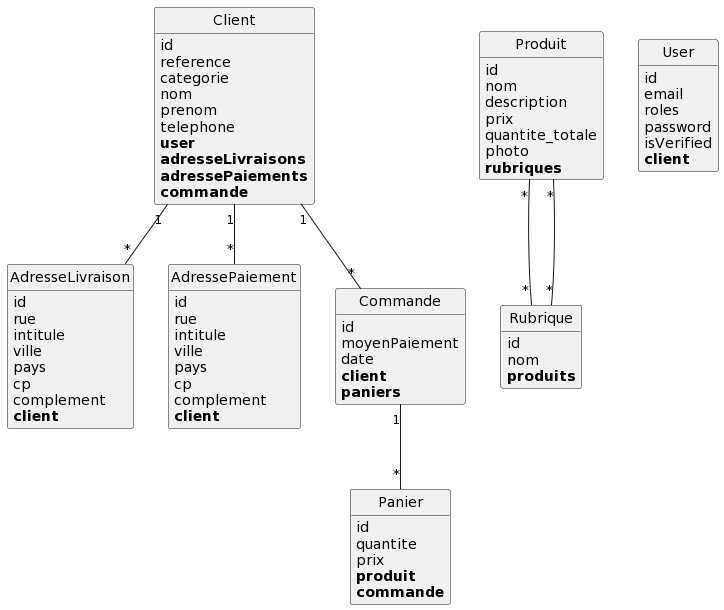
Above: puml/index.png in Maha1201/FR_Symfony (PlantUML), before the change.
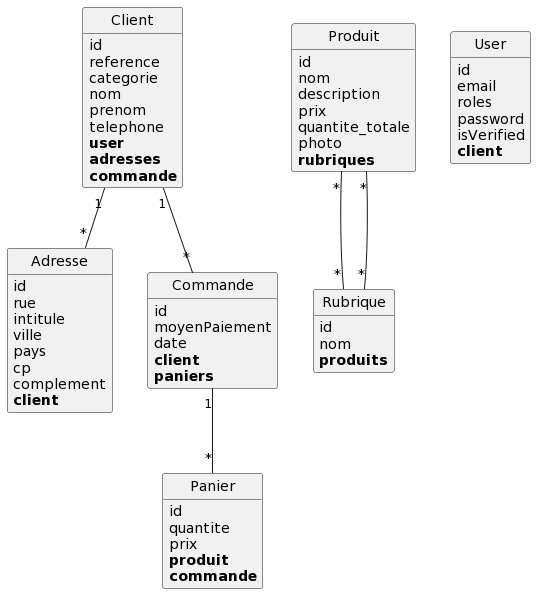
Later version of the same file.

Commit message:
Adresses opti

What changed in the source:
```diff
@@ -1,16 +1,5 @@
 @startuml
-class AdresseLivraison {
-	id
-	rue
-	intitule
-	ville
-	pays
-	cp
-	complement
-	**client**
-}
-
-class AdressePaiement {
+class Adresse {
 	id
 	rue
 	intitule
@@ -29,8 +18,7 @@
 	prenom
 	telephone
 	**user**
-	**adresseLivraisons**
-	**adressePaiements**
+	**adresses**
 	**commande**
 }
 
@@ -75,8 +63,7 @@
 	**client**
 }
 
-Client "1"--"*" AdresseLivraison
-Client "1"--"*" AdressePaiement
+Client "1"--"*" Adresse
 Client "1"--"*" Commande
 Commande "1"--"*" Panier
 Produit "*"--"*" Rubrique
```
